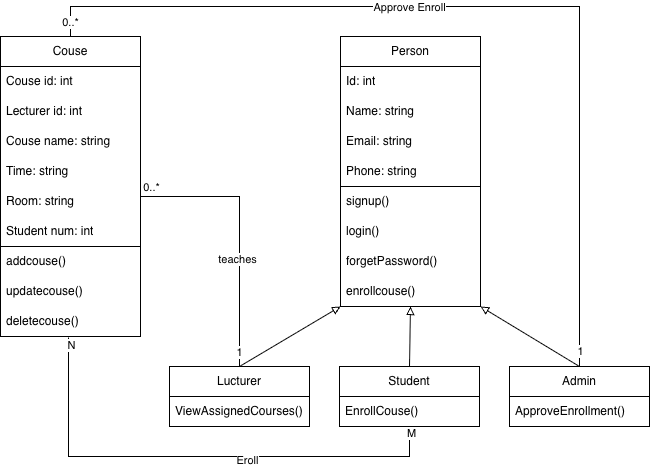
Earlier version of the draw.io export Week5/Activity 1/College project Class Diagram.drawio.png (willtbing/Yoobee_MSE800). Source tidied: cells renumbered, new cells last; positions are measured from the earlier drawing's top-left corner, leaving out a move shared by most shapes.
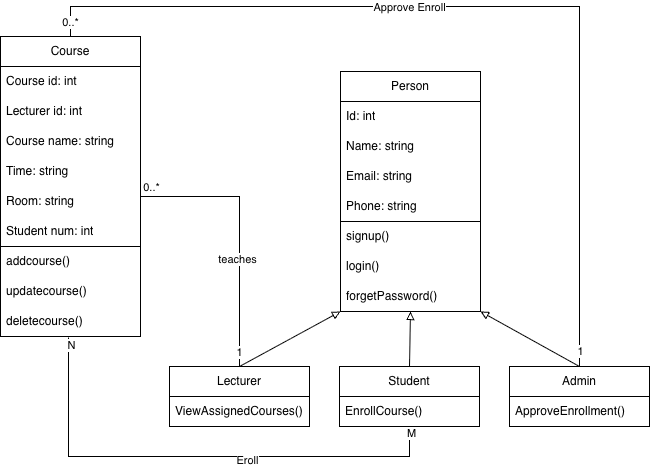
The same file after the commit.

Change to the diagram source:
```diff
@@ -2,16 +2,16 @@
   <root>
     <mxCell id="0" />
     <mxCell id="1" parent="0" />
-    <mxCell id="2" value="Couse" style="swimlane;fontStyle=0;horizontal=1;startSize=30;whiteSpace=wrap;html=1;" parent="1" vertex="1">
+    <mxCell id="2" value="Course" style="swimlane;fontStyle=0;horizontal=1;startSize=30;whiteSpace=wrap;html=1;" parent="1" vertex="1">
       <mxGeometry y="30" width="140" height="210" as="geometry" />
     </mxCell>
-    <mxCell id="3" value="Couse id: int" style="text;strokeColor=none;fillColor=none;align=left;verticalAlign=middle;spacingLeft=4;spacingRight=4;overflow=hidden;whiteSpace=wrap;html=1;" parent="2" vertex="1">
+    <mxCell id="3" value="Course id: int" style="text;strokeColor=none;fillColor=none;align=left;verticalAlign=middle;spacingLeft=4;spacingRight=4;overflow=hidden;whiteSpace=wrap;html=1;" parent="2" vertex="1">
       <mxGeometry y="30" width="140" height="30" as="geometry" />
     </mxCell>
     <mxCell id="4" value="Lecturer id: int" style="text;strokeColor=none;fillColor=none;align=left;verticalAlign=middle;spacingLeft=4;spacingRight=4;overflow=hidden;whiteSpace=wrap;html=1;" parent="2" vertex="1">
       <mxGeometry y="60" width="140" height="30" as="geometry" />
     </mxCell>
-    <mxCell id="5" value="Couse name: string" style="text;strokeColor=none;fillColor=none;align=left;verticalAlign=middle;spacingLeft=4;spacingRight=4;overflow=hidden;whiteSpace=wrap;html=1;" parent="2" vertex="1">
+    <mxCell id="5" value="Course name: string" style="text;strokeColor=none;fillColor=none;align=left;verticalAlign=middle;spacingLeft=4;spacingRight=4;overflow=hidden;whiteSpace=wrap;html=1;" parent="2" vertex="1">
       <mxGeometry y="90" width="140" height="30" as="geometry" />
     </mxCell>
     <mxCell id="6" value="Time: string" style="text;strokeColor=none;fillColor=none;align=left;verticalAlign=middle;spacingLeft=4;spacingRight=4;overflow=hidden;whiteSpace=wrap;html=1;" parent="2" vertex="1">
@@ -26,17 +26,17 @@
     <mxCell id="9" style="swimlane;fontStyle=0;horizontal=1;startSize=0;whiteSpace=wrap;html=1;" parent="1" vertex="1">
       <mxGeometry y="240" width="140" height="90" as="geometry" />
     </mxCell>
-    <mxCell id="10" value="addcouse()" style="text;strokeColor=none;fillColor=none;align=left;verticalAlign=middle;spacingLeft=4;spacingRight=4;overflow=hidden;whiteSpace=wrap;html=1;" parent="9" vertex="1">
+    <mxCell id="10" value="addcourse()" style="text;strokeColor=none;fillColor=none;align=left;verticalAlign=middle;spacingLeft=4;spacingRight=4;overflow=hidden;whiteSpace=wrap;html=1;" parent="9" vertex="1">
       <mxGeometry width="140" height="30" as="geometry" />
     </mxCell>
-    <mxCell id="11" value="updatecouse()" style="text;strokeColor=none;fillColor=none;align=left;verticalAlign=middle;spacingLeft=4;spacingRight=4;overflow=hidden;whiteSpace=wrap;html=1;" parent="9" vertex="1">
+    <mxCell id="11" value="updatecourse()" style="text;strokeColor=none;fillColor=none;align=left;verticalAlign=middle;spacingLeft=4;spacingRight=4;overflow=hidden;whiteSpace=wrap;html=1;" parent="9" vertex="1">
       <mxGeometry y="30" width="140" height="30" as="geometry" />
     </mxCell>
-    <mxCell id="12" value="deletecouse()" style="text;strokeColor=none;fillColor=none;align=left;verticalAlign=middle;spacingLeft=4;spacingRight=4;overflow=hidden;points=[[0,0.5],[1,0.5]];portConstraint=eastwest;whiteSpace=wrap;html=1;" parent="9" vertex="1">
+    <mxCell id="12" value="deletecourse()" style="text;strokeColor=none;fillColor=none;align=left;verticalAlign=middle;spacingLeft=4;spacingRight=4;overflow=hidden;points=[[0,0.5],[1,0.5]];portConstraint=eastwest;whiteSpace=wrap;html=1;" parent="9" vertex="1">
       <mxGeometry y="60" width="140" height="30" as="geometry" />
     </mxCell>
     <mxCell id="13" value="Person" style="swimlane;fontStyle=0;horizontal=1;startSize=30;whiteSpace=wrap;html=1;" parent="1" vertex="1">
-      <mxGeometry x="340" y="30" width="140" height="150" as="geometry" />
+      <mxGeometry x="340" y="65" width="140" height="150" as="geometry" />
     </mxCell>
     <mxCell id="14" value="Id: int" style="text;strokeColor=none;fillColor=none;align=left;verticalAlign=middle;spacingLeft=4;spacingRight=4;overflow=hidden;whiteSpace=wrap;html=1;" parent="13" vertex="1">
       <mxGeometry y="30" width="140" height="30" as="geometry" />
@@ -51,7 +51,7 @@
       <mxGeometry y="120" width="140" height="30" as="geometry" />
     </mxCell>
     <mxCell id="18" style="swimlane;fontStyle=0;horizontal=1;startSize=0;whiteSpace=wrap;html=1;" parent="1" vertex="1">
-      <mxGeometry x="340" y="180" width="140" height="120" as="geometry" />
+      <mxGeometry x="340" y="215" width="140" height="90" as="geometry" />
     </mxCell>
     <mxCell id="19" value="signup()" style="text;strokeColor=none;fillColor=none;align=left;verticalAlign=middle;spacingLeft=4;spacingRight=4;overflow=hidden;whiteSpace=wrap;html=1;" parent="18" vertex="1">
       <mxGeometry width="140" height="30" as="geometry" />
@@ -62,10 +62,7 @@
     <mxCell id="21" value="forgetPassword()" style="text;strokeColor=none;fillColor=none;align=left;verticalAlign=middle;spacingLeft=4;spacingRight=4;overflow=hidden;whiteSpace=wrap;html=1;" parent="18" vertex="1">
       <mxGeometry y="60" width="140" height="30" as="geometry" />
     </mxCell>
-    <mxCell id="22" value="enrollcouse()" style="text;strokeColor=none;fillColor=none;align=left;verticalAlign=middle;spacingLeft=4;spacingRight=4;overflow=hidden;whiteSpace=wrap;html=1;" parent="18" vertex="1">
-      <mxGeometry y="90" width="140" height="30" as="geometry" />
-    </mxCell>
-    <mxCell id="23" value="Lucturer" style="swimlane;fontStyle=0;horizontal=1;startSize=30;whiteSpace=wrap;html=1;" parent="1" vertex="1">
+    <mxCell id="23" value="Lecturer" style="swimlane;fontStyle=0;horizontal=1;startSize=30;whiteSpace=wrap;html=1;" parent="1" vertex="1">
       <mxGeometry x="169" y="360" width="140" height="60" as="geometry" />
     </mxCell>
     <mxCell id="24" value="ViewAssignedCourses()" style="text;strokeColor=none;fillColor=none;align=left;verticalAlign=middle;spacingLeft=4;spacingRight=4;overflow=hidden;whiteSpace=wrap;html=1;" parent="23" vertex="1">
@@ -77,7 +74,7 @@
     <mxCell id="26" value="Student" style="swimlane;fontStyle=0;horizontal=1;startSize=30;whiteSpace=wrap;html=1;" parent="1" vertex="1">
       <mxGeometry x="339" y="360" width="140" height="60" as="geometry" />
     </mxCell>
-    <mxCell id="27" value="EnrollCouse()" style="text;strokeColor=none;fillColor=none;align=left;verticalAlign=middle;spacingLeft=4;spacingRight=4;overflow=hidden;whiteSpace=wrap;html=1;" parent="26" vertex="1">
+    <mxCell id="27" value="EnrollCourse()" style="text;strokeColor=none;fillColor=none;align=left;verticalAlign=middle;spacingLeft=4;spacingRight=4;overflow=hidden;whiteSpace=wrap;html=1;" parent="26" vertex="1">
       <mxGeometry y="30" width="140" height="30" as="geometry" />
     </mxCell>
     <mxCell id="28" style="endArrow=block;html=1;rounded=0;entryX=0.5;entryY=1;entryDx=0;entryDy=0;endFill=0;exitX=0.5;exitY=0;exitDx=0;exitDy=0;" parent="1" edge="1" source="26" target="18">
```
